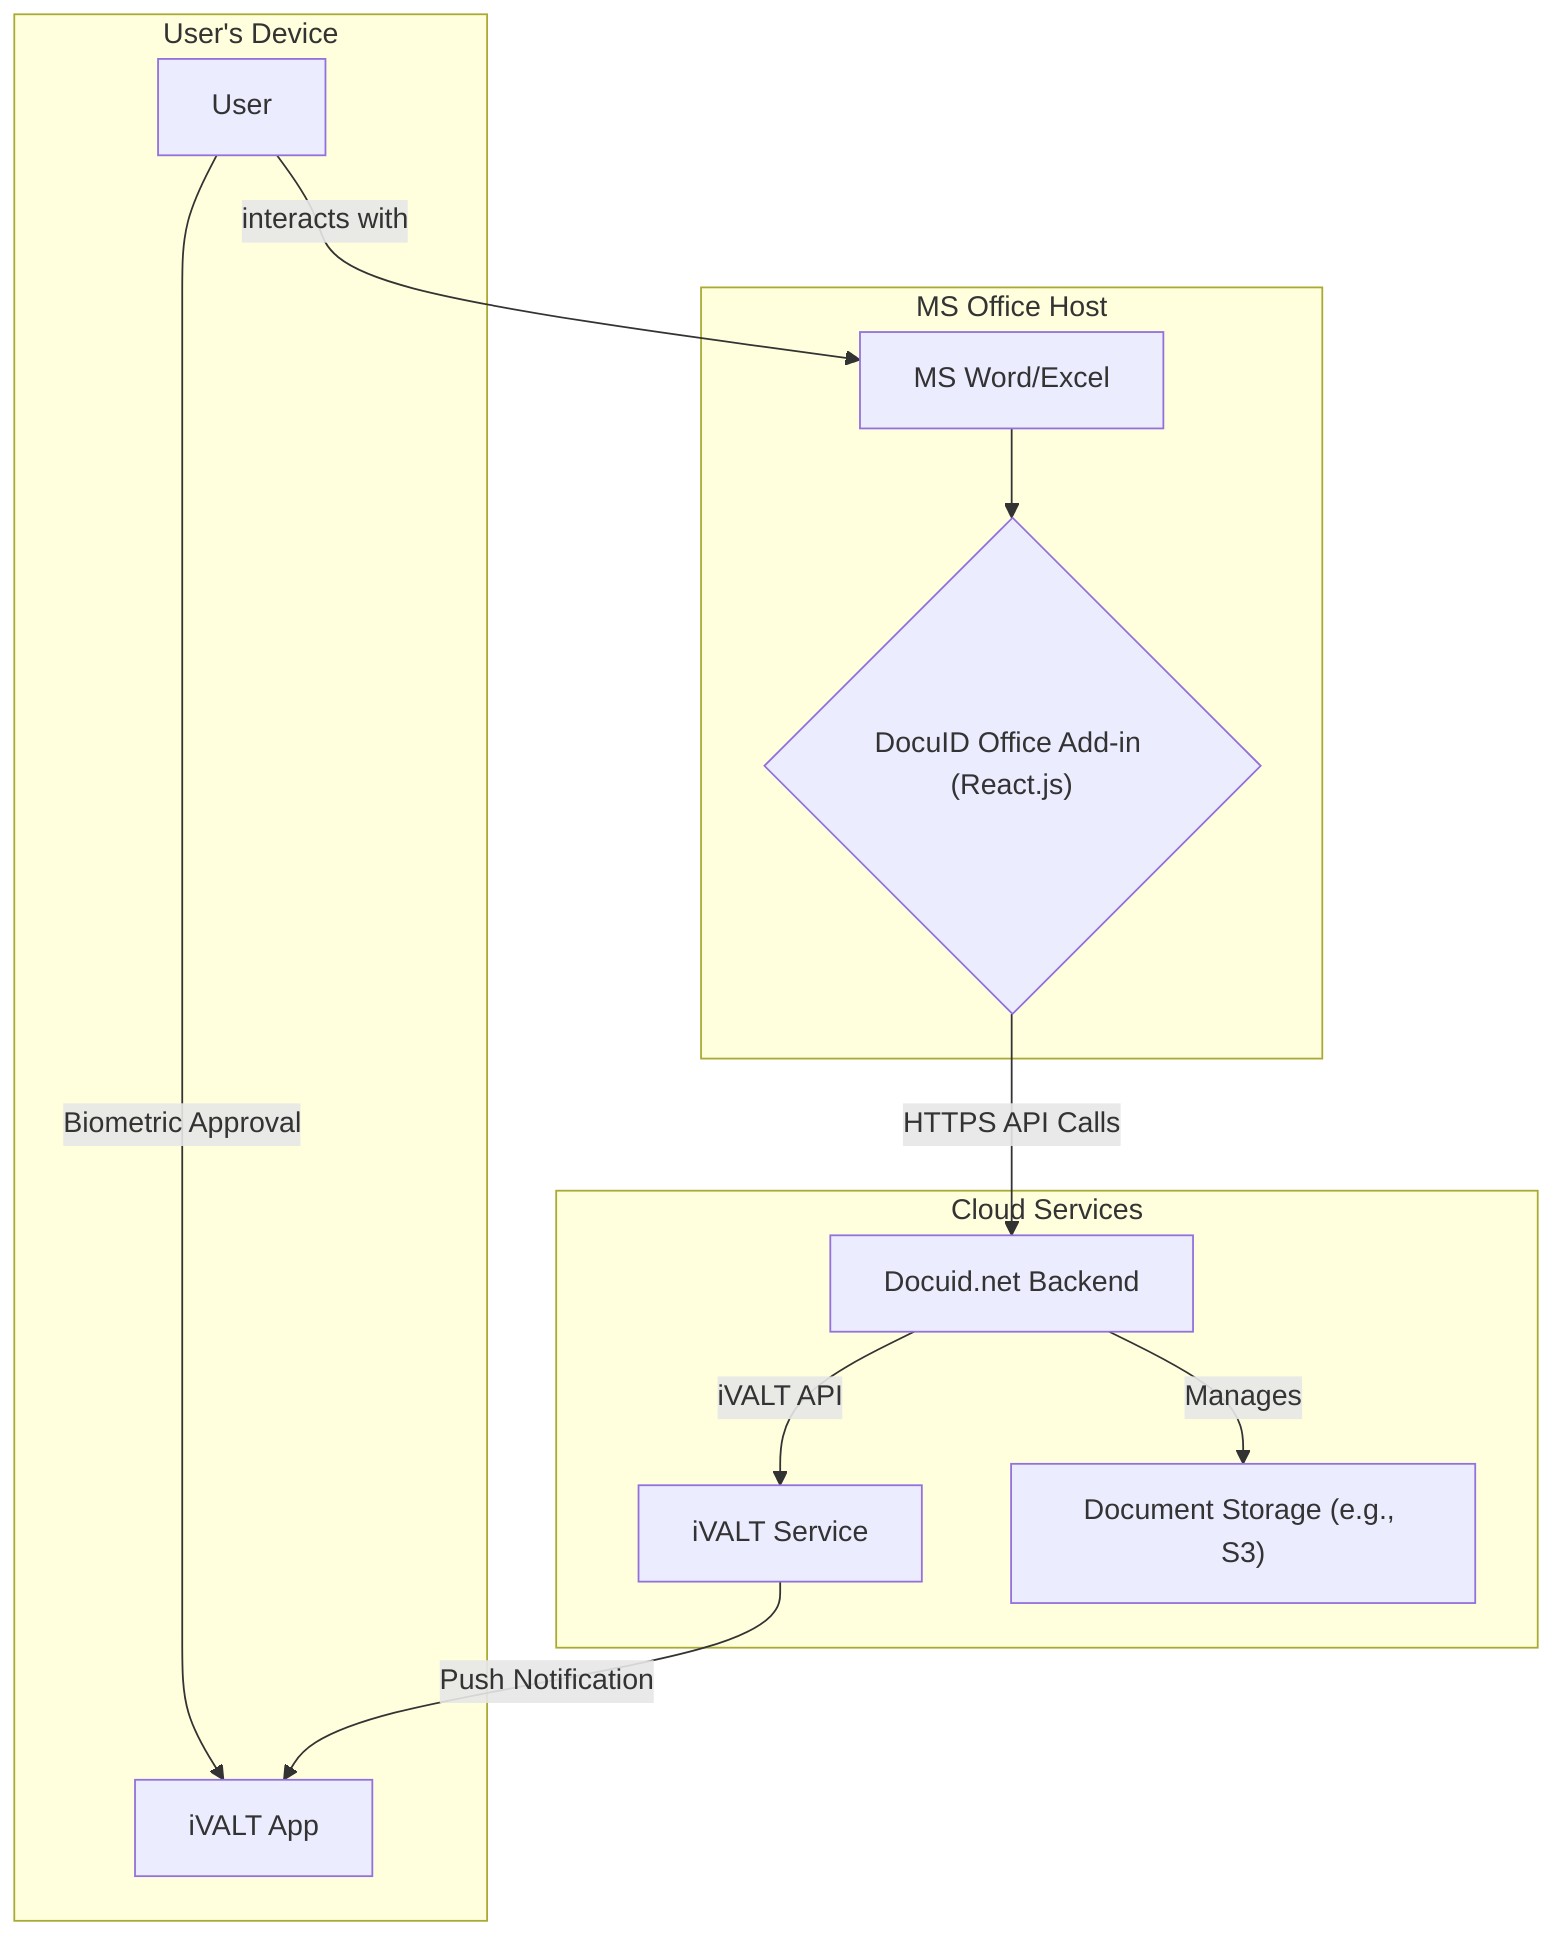
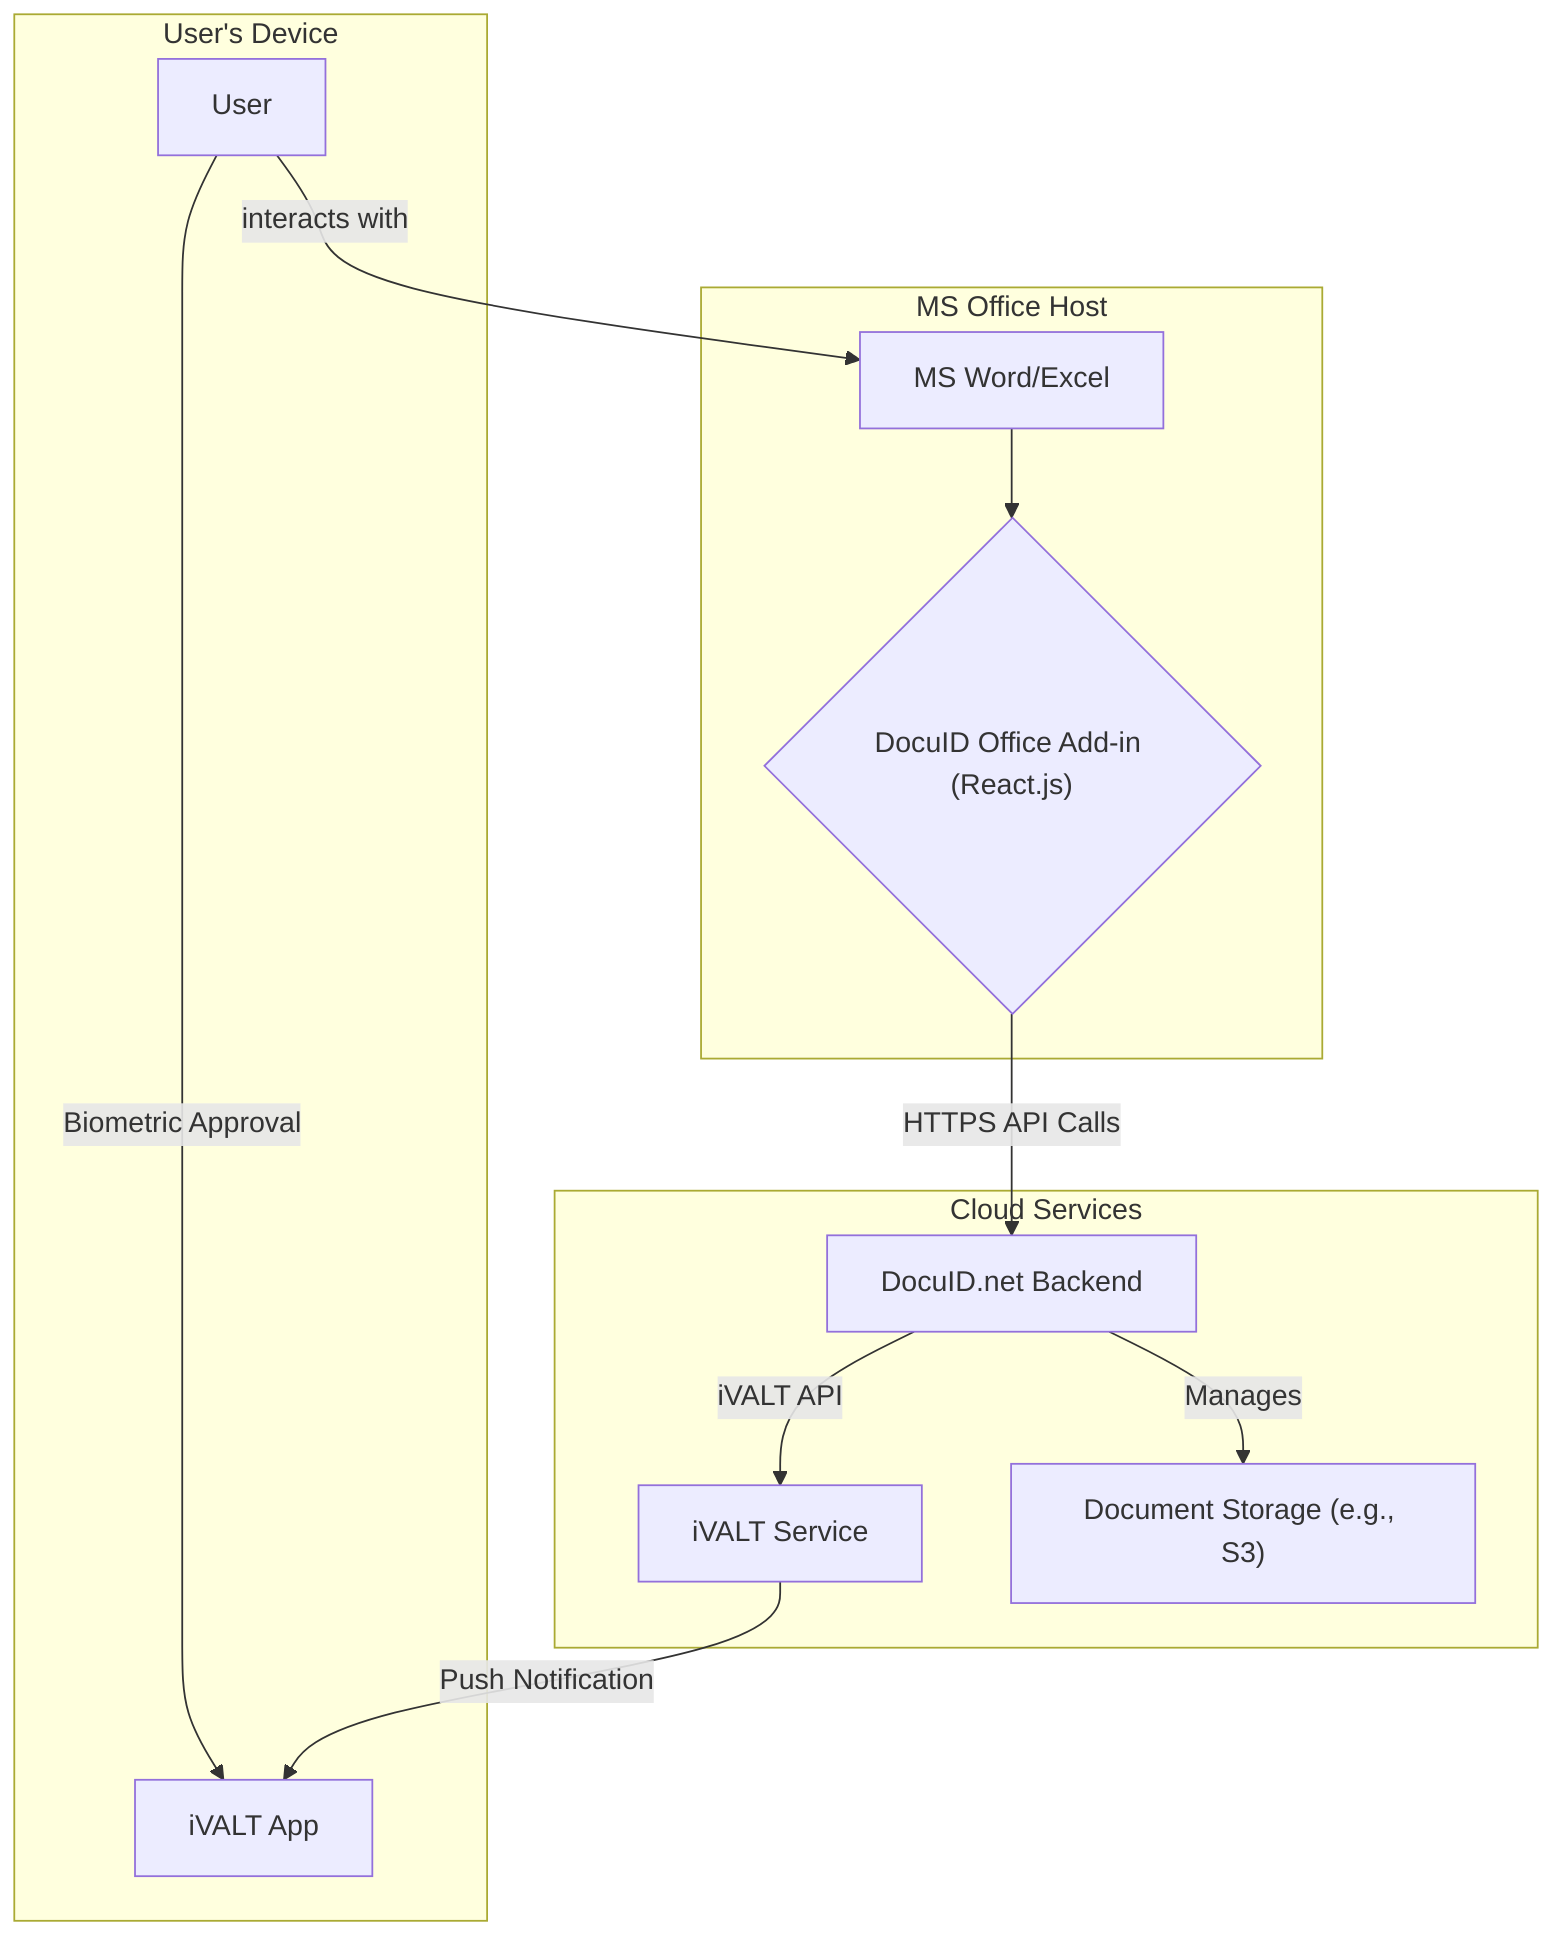
graph TD
    subgraph "MS Office Host"
        A["MS Word/Excel"] --> B{"DocuID Office Add-in (React.js)"}
    end

    subgraph "User's Device"
        C["User"] -- "interacts with" --> A
        C -- "Biometric Approval" --> F["iVALT App"]
    end

    subgraph "Cloud Services"
-         B -- "HTTPS API Calls" --> D["Docuid.net Backend"]
+         B -- "HTTPS API Calls" --> D["DocuID.net Backend"]
        D -- "iVALT API" --> E["iVALT Service"]
        D -- "Manages" --> G["Document Storage (e.g., S3)"]
        E -- "Push Notification" --> F
    end

    %% style B fill:#f9f,stroke:#333,stroke-width:2px
    %% style D fill:#ccf,stroke:#333,stroke-width:2px